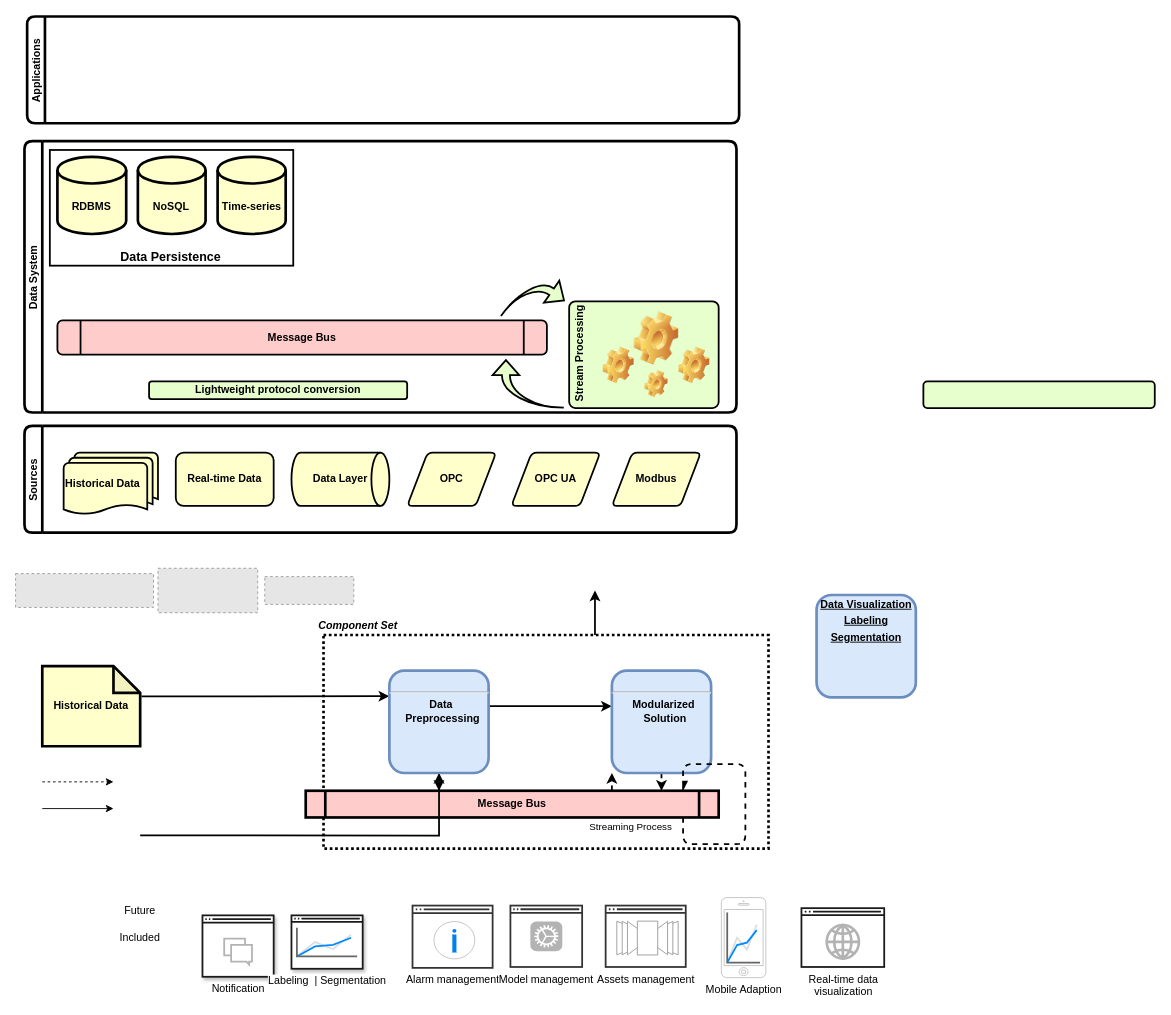
Earlier version of the draw.io diagram data-flow-simple.drawio (licongchao/Customized-Charts). Source tidied: cells renumbered, new cells numbered last; positions are measured from the earlier drawing's top-left corner, leaving out a move shared by most shapes. Both pictures are drawn from the tidied source at 89%, with x=0, y=0 at pixel (15, 16). Pictures stored in the file or linked from it are replaced by grey dashed boxes.
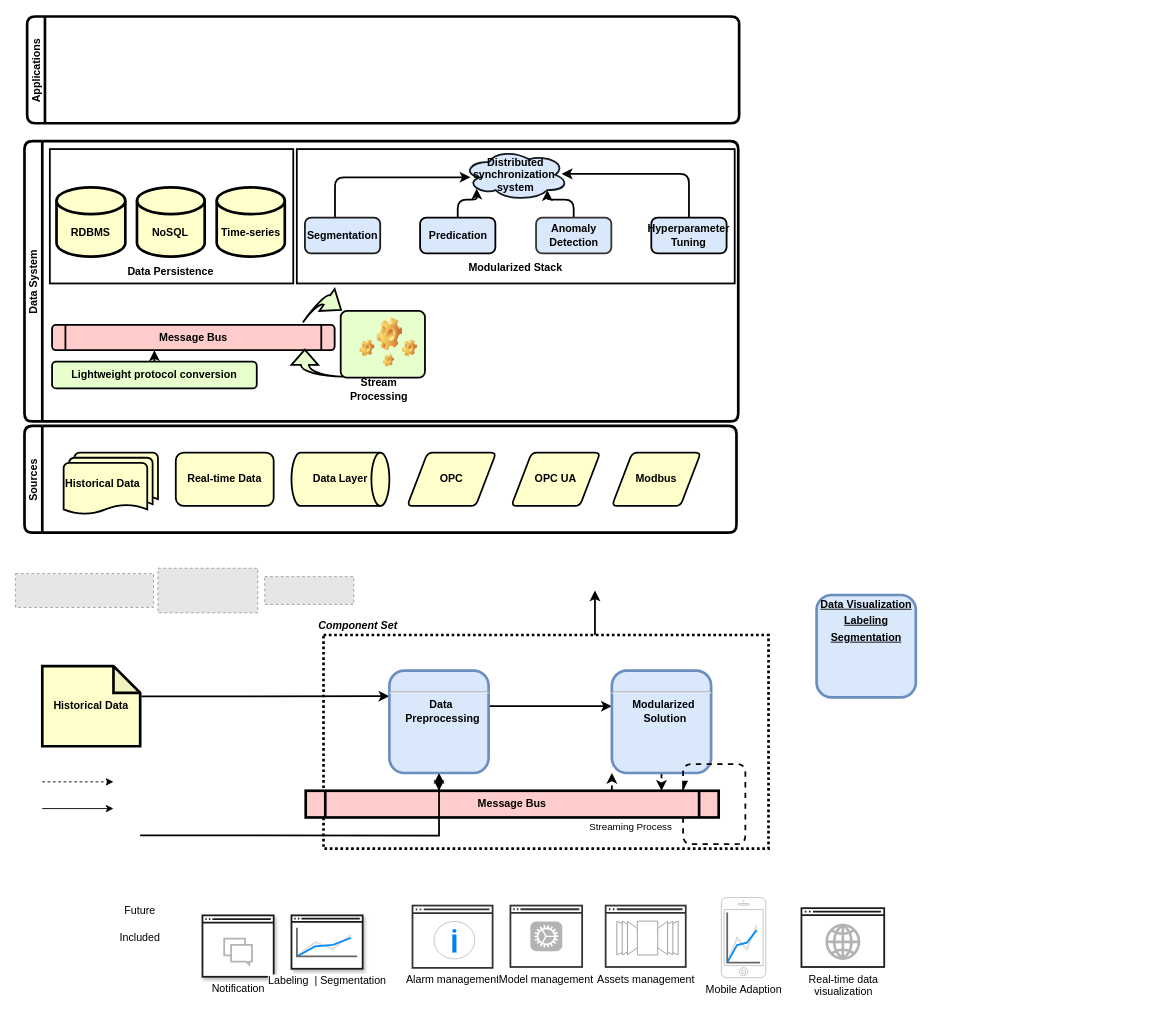
The same page after the edit.

Diff of the diagram source:
```diff
@@
     <mxCell id="43" value="Data System" style="swimlane;startSize=20;horizontal=0;rounded=1;strokeWidth=3;" parent="1" vertex="1">
-      <mxGeometry x="10" y="140" width="800" height="305" as="geometry" />
+      <mxGeometry x="10" y="140" width="802" height="315" as="geometry" />
     </mxCell>
     <mxCell id="44" style="group;" parent="43" vertex="1">
-      <mxGeometry x="28.5" y="10" width="273.5" height="130" as="geometry" />
+      <mxGeometry x="28.5" y="9" width="273.5" height="151" as="geometry" />
     </mxCell>
     <mxCell id="45" value="&lt;div style=&quot;text-align: justify&quot;&gt;&lt;br&gt;&lt;/div&gt;" style="rounded=0;whiteSpace=wrap;html=1;strokeWidth=2;" parent="44" vertex="1">
-      <mxGeometry width="273.5" height="130" as="geometry" />
+      <mxGeometry width="273.5" height="151" as="geometry" />
     </mxCell>
+    <mxCell id="50" value="&lt;b&gt;&lt;font style=&quot;font-size: 12px&quot;&gt;Data Persistence&lt;/font&gt;&lt;/b&gt;" style="text;html=1;fillColor=none;align=center;verticalAlign=middle;whiteSpace=wrap;rounded=0;" parent="44" vertex="1">
+      <mxGeometry x="61.5" y="126.9" width="148.5" height="23.1" as="geometry" />
+    </mxCell>
     <mxCell id="46" style="group;" parent="44" vertex="1">
-      <mxGeometry x="8.5" y="7.7" width="256.5" height="86.7" as="geometry" />
+      <mxGeometry x="7.5" y="43" width="256.5" height="77.8" as="geometry" />
     </mxCell>
     <mxCell id="47" value="&lt;b&gt;RDBMS&lt;/b&gt;" style="shape=cylinder3;whiteSpace=wrap;html=1;boundedLbl=1;backgroundOutline=1;size=15;strokeWidth=3;fillColor=#FFFFCC;" parent="46" vertex="1">
-      <mxGeometry width="77.3" height="86.7" as="geometry" />
+      <mxGeometry width="77.3" height="77.8" as="geometry" />
     </mxCell>
     <mxCell id="48" value="&lt;b&gt;NoSQL&lt;/b&gt;" style="shape=cylinder3;whiteSpace=wrap;html=1;boundedLbl=1;backgroundOutline=1;size=15;strokeWidth=3;fillColor=#FFFFCC;" parent="46" vertex="1">
-      <mxGeometry x="90.4" width="76.1" height="86.7" as="geometry" />
+      <mxGeometry x="90.4" width="76.1" height="77.8" as="geometry" />
     </mxCell>
     <mxCell id="49" value="&lt;b&gt;Time-series&lt;/b&gt;" style="shape=cylinder3;whiteSpace=wrap;html=1;boundedLbl=1;backgroundOutline=1;size=15;strokeWidth=3;fillColor=#FFFFCC;" parent="46" vertex="1">
-      <mxGeometry x="180" width="76.5" height="86.7" as="geometry" />
+      <mxGeometry x="180" width="76.5" height="77.8" as="geometry" />
     </mxCell>
-    <mxCell id="50" value="&lt;b&gt;&lt;font style=&quot;font-size: 14px&quot;&gt;Data Persistence&lt;/font&gt;&lt;/b&gt;" style="text;html=1;fillColor=none;align=center;verticalAlign=middle;whiteSpace=wrap;rounded=0;" parent="44" vertex="1">
-      <mxGeometry x="61.5" y="110" width="148.5" height="20" as="geometry" />
-    </mxCell>
-    <mxCell id="51" value="&lt;b&gt;Lightweight&amp;nbsp;protocol&amp;nbsp;conversion&lt;/b&gt;" style="rounded=1;whiteSpace=wrap;html=1;fillColor=#E6FFCC;strokeWidth=2;" parent="43" vertex="1">
-      <mxGeometry x="140" y="270" width="290" height="20" as="geometry" />
-    </mxCell>
+    <mxCell id="78" style="group;imageAspect=1;" parent="43" vertex="1">
+      <mxGeometry x="306" y="9" width="492" height="151" as="geometry" />
+    </mxCell>
+    <mxCell id="79" style="rounded=0;whiteSpace=wrap;html=1;shadow=0;sketch=0;strokeColor=#000000;strokeWidth=2;gradientColor=none;fillColor=#FFFFFF;" parent="78" vertex="1">
+      <mxGeometry width="492" height="151" as="geometry" />
+    </mxCell>
+    <mxCell id="80" style="group;" parent="78" vertex="1">
+      <mxGeometry x="9.1" width="473.8" height="117.2" as="geometry" />
+    </mxCell>
+    <mxCell id="81" value="&lt;div&gt;&lt;span&gt;&lt;b&gt;Distributed synchronization&amp;nbsp;&lt;/b&gt;&lt;/span&gt;&lt;/div&gt;&lt;div&gt;&lt;span&gt;&lt;b&gt;system&lt;/b&gt;&lt;/span&gt;&lt;/div&gt;" style="ellipse;shape=cloud;whiteSpace=wrap;html=1;rounded=1;shadow=0;sketch=0;fillColor=#dae8fc;strokeWidth=2;align=center;strokeColor=#11171F;" parent="80" vertex="1">
+      <mxGeometry x="177.7" width="118.4" height="57.7" as="geometry" />
+    </mxCell>
+    <mxCell id="82" style="edgeStyle=orthogonalEdgeStyle;rounded=1;jettySize=auto;html=1;strokeWidth=2;" parent="80" edge="1" source="83">
+      <mxGeometry relative="1" as="geometry">
+        <mxPoint x="186.1" y="31.7" as="targetPoint" />
+        <Array as="points">
+          <mxPoint x="33.8" y="31.7" />
+        </Array>
+      </mxGeometry>
+    </mxCell>
+    <mxCell id="83" value="&lt;b&gt;Segmentation&lt;/b&gt;" style="rounded=1;whiteSpace=wrap;html=1;absoluteArcSize=1;arcSize=14;strokeWidth=2;shadow=0;sketch=0;fillColor=#dae8fc;strokeColor=#1A1A1A;" parent="80" vertex="1">
+      <mxGeometry y="76.9" width="84.6" height="40.4" as="geometry" />
+    </mxCell>
+    <mxCell id="84" style="edgeStyle=orthogonalEdgeStyle;rounded=1;jettySize=auto;html=1;entryX=0.13;entryY=0.77;entryDx=0;entryDy=0;entryPerimeter=0;strokeWidth=2;" parent="80" edge="1" source="85" target="81">
+      <mxGeometry relative="1" as="geometry" />
+    </mxCell>
+    <mxCell id="85" value="&lt;b&gt;Predication&lt;/b&gt;" style="rounded=1;whiteSpace=wrap;html=1;absoluteArcSize=1;arcSize=14;strokeWidth=2;shadow=0;sketch=0;fillColor=#dae8fc;" parent="80" vertex="1">
+      <mxGeometry x="129.4" y="76.9" width="84.6" height="40.4" as="geometry" />
+    </mxCell>
+    <mxCell id="86" style="edgeStyle=orthogonalEdgeStyle;rounded=1;jettySize=auto;html=1;entryX=0.8;entryY=0.8;entryDx=0;entryDy=0;entryPerimeter=0;strokeWidth=2;" parent="80" edge="1" source="87" target="81">
+      <mxGeometry relative="1" as="geometry" />
+    </mxCell>
+    <mxCell id="87" value="&lt;b&gt;Anomaly Detection&lt;/b&gt;" style="rounded=1;whiteSpace=wrap;html=1;absoluteArcSize=1;arcSize=14;strokeWidth=2;shadow=0;sketch=0;fillColor=#dae8fc;strokeColor=#333333;" parent="80" vertex="1">
+      <mxGeometry x="259.7" y="76.9" width="84.6" height="40.4" as="geometry" />
+    </mxCell>
+    <mxCell id="88" style="edgeStyle=orthogonalEdgeStyle;rounded=1;jettySize=auto;html=1;strokeWidth=2;entryX=0.936;entryY=0.483;entryDx=0;entryDy=0;entryPerimeter=0;" parent="80" edge="1" source="89" target="81">
+      <mxGeometry relative="1" as="geometry">
+        <Array as="points">
+          <mxPoint x="431.5" y="28.8" />
+        </Array>
+      </mxGeometry>
+    </mxCell>
+    <mxCell id="89" value="&lt;b&gt;Hyperparameter Tuning&lt;/b&gt;" style="rounded=1;whiteSpace=wrap;html=1;absoluteArcSize=1;arcSize=14;strokeWidth=2;shadow=0;sketch=0;fillColor=#dae8fc;" parent="80" vertex="1">
+      <mxGeometry x="389.2" y="76.9" width="84.6" height="40.4" as="geometry" />
+    </mxCell>
+    <mxCell id="90" value="&lt;b&gt;Modularized Stack&lt;/b&gt;" style="text;html=1;strokeColor=none;fillColor=none;align=center;verticalAlign=middle;whiteSpace=wrap;rounded=0;shadow=0;sketch=0;" parent="78" vertex="1">
+      <mxGeometry x="182.2" y="124.4" width="127.6" height="17.8" as="geometry" />
+    </mxCell>
     <mxCell id="52" style="group;" parent="43" vertex="1">
-      <mxGeometry x="420" y="180" width="360" height="135" as="geometry" />
+      <mxGeometry x="247" y="190.9" width="219" height="98.9" as="geometry" />
     </mxCell>
     <mxCell id="53" style="group;" parent="52" vertex="1">
-      <mxGeometry x="180" width="180" height="120" as="geometry" />
+      <mxGeometry x="101.5" width="101.5" height="75" as="geometry" />
     </mxCell>
     <mxCell id="54" value="&lt;div style=&quot;text-align: justify&quot;&gt;&lt;br&gt;&lt;/div&gt;" style="rounded=1;whiteSpace=wrap;html=1;absoluteArcSize=1;arcSize=14;strokeWidth=2;shadow=0;glass=0;sketch=0;gradientColor=none;align=center;fillColor=#E6FFCC;" parent="53" vertex="1">
-      <mxGeometry x="12" width="168" height="120" as="geometry" />
+      <mxGeometry x="6.8" width="94.7" height="75" as="geometry" />
     </mxCell>
-    <mxCell id="55" value="&lt;font style=&quot;font-size: 12px&quot;&gt;Stream Processing&lt;/font&gt;" style="text;fillColor=none;html=1;fontSize=24;fontStyle=1;verticalAlign=middle;align=left;rotation=-90;rounded=0;" parent="53" vertex="1">
-      <mxGeometry x="-35" y="40" width="110" height="40" as="geometry" />
-    </mxCell>
     <mxCell id="56" style="group;" parent="53" vertex="1">
-      <mxGeometry x="50" y="11.9" width="119.9" height="96.2" as="geometry" />
+      <mxGeometry x="28.2" y="7.4" width="67.6" height="60.2" as="geometry" />
     </mxCell>
     <mxCell id="57" style="shape=image;html=1;verticalLabelPosition=bottom;verticalAlign=top;imageAspect=0;image=img/clipart/Gear_128x128.png;strokeWidth=2;fillColor=#E6FFCC;" parent="56" vertex="1">
-      <mxGeometry x="35" width="50" height="60" as="geometry" />
+      <mxGeometry x="19.7" width="28.2" height="37.5" as="geometry" />
     </mxCell>
     <mxCell id="58" style="shape=image;html=1;verticalLabelPosition=bottom;verticalAlign=top;imageAspect=1;image=img/clipart/Gear_128x128.png;strokeWidth=2;fillColor=#E6FFCC;" parent="56" vertex="1">
-      <mxGeometry x="85" y="39.5" width="35" height="41" as="geometry" />
+      <mxGeometry x="47.9" y="24.7" width="16.8" height="19.7" as="geometry" />
     </mxCell>
     <mxCell id="59" style="shape=image;html=1;verticalLabelPosition=bottom;verticalAlign=top;imageAspect=1;image=img/clipart/Gear_128x128.png;strokeWidth=2;fillColor=#E6FFCC;" parent="56" vertex="1">
-      <mxGeometry x="47" y="65.8" width="26" height="30.5" as="geometry" />
+      <mxGeometry x="26.5" y="41.1" width="12.5" height="14.7" as="geometry" />
     </mxCell>
     <mxCell id="60" style="shape=image;html=1;verticalLabelPosition=bottom;verticalAlign=top;imageAspect=1;image=img/clipart/Gear_128x128.png;strokeWidth=2;fillColor=#E6FFCC;" parent="56" vertex="1">
-      <mxGeometry y="39.5" width="35" height="41" as="geometry" />
+      <mxGeometry y="24.7" width="16.8" height="19.7" as="geometry" />
     </mxCell>
+    <mxCell id="91" style="group;" parent="52" vertex="1">
+      <mxGeometry x="-216" width="435" height="98.1" as="geometry" />
+    </mxCell>
-    <mxCell id="61" value="Message Bus" style="shape=process;whiteSpace=wrap;align=center;verticalAlign=middle;size=0.0475;fontStyle=1;strokeWidth=2;fillColor=#FFCCCC;rounded=1;" parent="52" vertex="1">
-      <mxGeometry x="-383" y="21.4" width="550" height="38.6" as="geometry" />
+    <mxCell id="61" value="Message Bus" style="shape=process;whiteSpace=wrap;align=center;verticalAlign=middle;size=0.0475;fontStyle=1;strokeWidth=2;fillColor=#FFCCCC;rounded=1;" parent="91" vertex="1">
+      <mxGeometry y="15.7" width="317.5" height="28.3" as="geometry" />
     </mxCell>
+    <mxCell id="92" style="group;" parent="91" vertex="1">
+      <mxGeometry x="325" width="103.9" height="87.9" as="geometry" />
+    </mxCell>
+    <mxCell id="93" style="edgeStyle=orthogonalEdgeStyle;rounded=1;jettySize=auto;html=1;exitX=0.5;exitY=0;exitDx=0;exitDy=0;entryX=0.362;entryY=1.005;entryDx=0;entryDy=0;entryPerimeter=0;strokeWidth=2;" parent="91" edge="1" source="51" target="61">
+      <mxGeometry relative="1" as="geometry" />
+    </mxCell>
+    <mxCell id="51" value="&lt;b&gt;Lightweight&amp;nbsp;protocol&amp;nbsp;conversion&lt;/b&gt;" style="rounded=1;whiteSpace=wrap;html=1;fillColor=#E6FFCC;strokeWidth=2;" parent="91" vertex="1">
+      <mxGeometry y="57" width="230" height="30" as="geometry" />
+    </mxCell>
-    <mxCell id="62" style="html=1;shadow=0;dashed=0;align=center;verticalAlign=middle;shape=mxgraph.arrows2.jumpInArrow;dy=4.5;dx=17;arrowHead=30;rounded=0;strokeColor=#000000;strokeWidth=2;fillColor=#E6FFCC;rotation=-90;" parent="52" vertex="1">
-      <mxGeometry x="119.2" y="52.8" width="53.5" height="80" as="geometry" />
+    <mxCell id="62" style="html=1;shadow=0;dashed=0;align=center;verticalAlign=middle;shape=mxgraph.arrows2.jumpInArrow;dy=4.5;dx=17;arrowHead=30;rounded=0;strokeColor=#000000;strokeWidth=2;fillColor=#E6FFCC;rotation=-90;" parent="91" vertex="1">
+      <mxGeometry x="283.2" y="29.3" width="30.2" height="58.6" as="geometry" />
     </mxCell>
+    <mxCell id="55" value="&lt;div&gt;&lt;span&gt;&lt;b&gt;Stream&lt;/b&gt;&lt;/span&gt;&lt;/div&gt;&lt;div&gt;&lt;span&gt;&lt;b&gt;Processing&lt;/b&gt;&lt;/span&gt;&lt;/div&gt;" style="text;html=1;strokeColor=none;fillColor=none;align=center;verticalAlign=middle;whiteSpace=wrap;rounded=0;shadow=0;sketch=0;" parent="91" vertex="1">
+      <mxGeometry x="310" y="78.1" width="115" height="20" as="geometry" />
+    </mxCell>
-    <mxCell id="63" style="html=1;shadow=0;dashed=0;align=center;verticalAlign=middle;shape=mxgraph.arrows2.jumpInArrow;dy=4.5;dx=17;arrowHead=30;rounded=0;strokeColor=#000000;strokeWidth=2;fillColor=#E6FFCC;rotation=35;" parent="43" vertex="1">
-      <mxGeometry x="551.1" y="146.6" width="48" height="70" as="geometry" />
+    <mxCell id="63" style="html=1;shadow=0;dashed=0;align=center;verticalAlign=middle;shape=mxgraph.arrows2.jumpInArrow;dy=6.37;dx=19.35;arrowHead=30;rounded=0;strokeColor=#000000;strokeWidth=2;fillColor=#E6FFCC;rotation=35;" parent="43" vertex="1">
+      <mxGeometry x="325" y="165" width="27.1" height="51.3" as="geometry" />
     </mxCell>
@@
-    <mxCell id="74" value="&lt;p style=&quot;margin: 4px 0px 0px ; text-align: center ; text-decoration: underline ; line-height: 100%&quot;&gt;&lt;/p&gt;&lt;p style=&quot;margin: 0px 0px 0px 8px&quot;&gt;&lt;br&gt;&lt;/p&gt;" style="verticalAlign=middle;align=center;overflow=fill;fontSize=12;fontFamily=Helvetica;html=1;rounded=1;fontStyle=1;strokeWidth=2;fillColor=#E6FFCC;perimeterSpacing=10;spacingRight=0;spacingBottom=0;spacingTop=3;" parent="1" vertex="1">
-      <mxGeometry x="1020" y="410" width="260" height="30" as="geometry" />
-    </mxCell>
```
